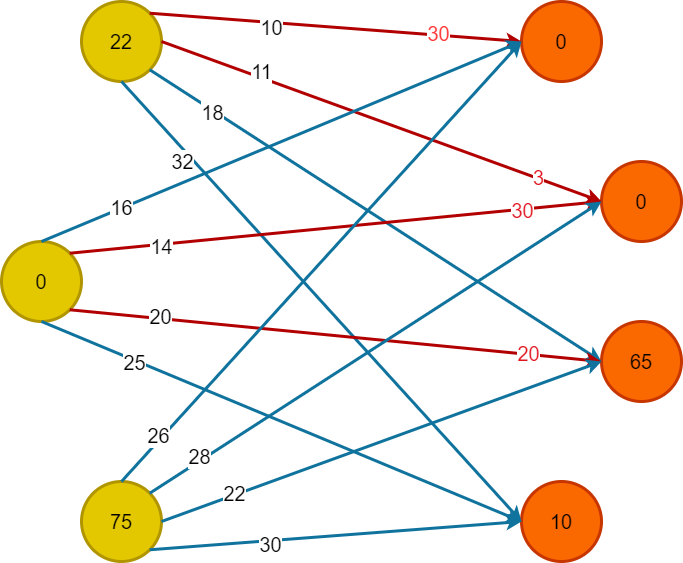
This is Диаграмма без названия.drawio.png from Che10vec/temp, a draw.io export, as it was before one commit. Source tidied: cells renumbered, new cells last; positions are measured from the earlier drawing's top-left corner, leaving out a move shared by most shapes. Source of this version:
```xml
<mxGraphModel>
  <root>
    <mxCell id="0" />
    <mxCell id="1" parent="0" />
    <mxCell id="2" value="22" style="ellipse;whiteSpace=wrap;html=1;fillColor=#e3c800;strokeColor=#B09500;strokeWidth=3;fontColor=#000000;fontSize=20;" parent="1" vertex="1">
      <mxGeometry x="80" width="80" height="80" as="geometry" />
    </mxCell>
    <mxCell id="3" value="0" style="ellipse;whiteSpace=wrap;html=1;strokeWidth=3;fillColor=#fa6800;strokeColor=#C73500;fontColor=#000000;fontSize=20;" parent="1" vertex="1">
      <mxGeometry x="520" width="80" height="80" as="geometry" />
    </mxCell>
    <mxCell id="4" value="0" style="ellipse;whiteSpace=wrap;html=1;fillColor=#e3c800;strokeColor=#B09500;strokeWidth=3;fontColor=#000000;fontSize=20;" parent="1" vertex="1">
      <mxGeometry y="240" width="80" height="80" as="geometry" />
    </mxCell>
    <mxCell id="5" value="0" style="ellipse;whiteSpace=wrap;html=1;strokeWidth=3;fillColor=#fa6800;strokeColor=#C73500;fontColor=#000000;fontSize=20;" parent="1" vertex="1">
      <mxGeometry x="600" y="160" width="80" height="80" as="geometry" />
    </mxCell>
    <mxCell id="6" value="65" style="ellipse;whiteSpace=wrap;html=1;strokeWidth=3;fillColor=#fa6800;strokeColor=#C73500;fontColor=#000000;fontSize=20;" parent="1" vertex="1">
      <mxGeometry x="600" y="320" width="80" height="80" as="geometry" />
    </mxCell>
    <mxCell id="7" value="75" style="ellipse;whiteSpace=wrap;html=1;fillColor=#e3c800;strokeColor=#B09500;strokeWidth=3;fontColor=#000000;fontSize=20;" parent="1" vertex="1">
      <mxGeometry x="80" y="480" width="80" height="80" as="geometry" />
    </mxCell>
    <mxCell id="8" value="10" style="ellipse;whiteSpace=wrap;html=1;strokeWidth=3;fillColor=#fa6800;strokeColor=#C73500;fontColor=#000000;fontSize=20;" parent="1" vertex="1">
      <mxGeometry x="520" y="480" width="80" height="80" as="geometry" />
    </mxCell>
    <mxCell id="9" style="endArrow=classic;html=1;rounded=0;exitX=1;exitY=0;exitDx=0;exitDy=0;entryX=0;entryY=0.5;entryDx=0;entryDy=0;strokeWidth=3;fillColor=#e51400;strokeColor=#B20000;fontSize=20;" parent="1" edge="1" source="2" target="3">
      <mxGeometry relative="1" as="geometry" />
    </mxCell>
    <mxCell id="10" value="10" style="edgeLabel;html=1;align=center;verticalAlign=middle;fontSize=20;" parent="9" vertex="1">
      <mxGeometry x="-0.12" y="-1" relative="1" as="geometry">
        <mxPoint x="-42" as="offset" />
      </mxGeometry>
    </mxCell>
    <mxCell id="11" value="30" style="edgeLabel;html=1;align=center;verticalAlign=middle;fontSize=20;fontColor=#FF3333;" parent="9" vertex="1">
      <mxGeometry x="0.55" y="2" relative="1" as="geometry" />
    </mxCell>
    <mxCell id="12" style="endArrow=classic;html=1;rounded=0;exitX=1;exitY=0.5;exitDx=0;exitDy=0;entryX=0;entryY=0.5;entryDx=0;entryDy=0;fillColor=#e51400;strokeColor=#B20000;strokeWidth=3;fontSize=20;" parent="1" edge="1" source="2" target="5">
      <mxGeometry relative="1" as="geometry" />
    </mxCell>
    <mxCell id="13" value="11" style="edgeLabel;html=1;align=center;verticalAlign=middle;fontSize=20;" parent="12" vertex="1">
      <mxGeometry x="-0.37" y="5" relative="1" as="geometry">
        <mxPoint x="-40" y="-16" as="offset" />
      </mxGeometry>
    </mxCell>
    <mxCell id="14" value="3" style="edgeLabel;html=1;align=center;verticalAlign=middle;fontSize=20;fontColor=#e1141e;" parent="12" vertex="1">
      <mxGeometry x="0.71" y="1" relative="1" as="geometry" />
    </mxCell>
    <mxCell id="15" style="endArrow=classic;html=1;rounded=0;exitX=0.5;exitY=1;exitDx=0;exitDy=0;entryX=0;entryY=0.5;entryDx=0;entryDy=0;fillColor=#b1ddf0;strokeColor=#10739e;strokeWidth=3;fontSize=20;" parent="1" edge="1" source="2" target="8">
      <mxGeometry relative="1" as="geometry" />
    </mxCell>
    <mxCell id="16" value="32" style="edgeLabel;html=1;align=center;verticalAlign=middle;fontSize=20;" parent="15" vertex="1">
      <mxGeometry x="-0.62" y="-2" relative="1" as="geometry">
        <mxPoint x="-14" y="-5" as="offset" />
      </mxGeometry>
    </mxCell>
    <mxCell id="17" style="endArrow=classic;html=1;rounded=0;exitX=1;exitY=1;exitDx=0;exitDy=0;entryX=0;entryY=0.5;entryDx=0;entryDy=0;fillColor=#b1ddf0;strokeColor=#10739e;strokeWidth=3;fontSize=20;" parent="1" edge="1" source="2" target="6">
      <mxGeometry relative="1" as="geometry" />
    </mxCell>
    <mxCell id="18" value="18" style="edgeLabel;html=1;align=center;verticalAlign=middle;fontSize=20;" parent="17" vertex="1">
      <mxGeometry x="-0.57" y="1" relative="1" as="geometry">
        <mxPoint x="-35" y="-19" as="offset" />
      </mxGeometry>
    </mxCell>
    <mxCell id="19" style="endArrow=classic;html=1;rounded=0;exitX=1;exitY=1;exitDx=0;exitDy=0;entryX=0;entryY=0.5;entryDx=0;entryDy=0;fillColor=#b1ddf0;strokeColor=#10739e;strokeWidth=3;fontSize=20;" parent="1" edge="1" source="7" target="8">
      <mxGeometry relative="1" as="geometry" />
    </mxCell>
    <mxCell id="20" value="30" style="edgeLabel;html=1;align=center;verticalAlign=middle;fontSize=20;" parent="19" vertex="1">
      <mxGeometry x="-0.36" y="-3" relative="1" as="geometry" />
    </mxCell>
    <mxCell id="21" style="endArrow=classic;html=1;rounded=0;exitX=0.5;exitY=1;exitDx=0;exitDy=0;entryX=0;entryY=0.5;entryDx=0;entryDy=0;fillColor=#b1ddf0;strokeColor=#10739e;strokeWidth=3;fontSize=20;" parent="1" edge="1" source="4" target="8">
      <mxGeometry relative="1" as="geometry" />
    </mxCell>
    <mxCell id="22" value="25" style="edgeLabel;html=1;align=center;verticalAlign=middle;fontSize=20;" parent="21" vertex="1">
      <mxGeometry x="-0.61" y="-1" relative="1" as="geometry">
        <mxPoint x="-1" as="offset" />
      </mxGeometry>
    </mxCell>
    <mxCell id="23" style="endArrow=classic;html=1;rounded=0;exitX=0.5;exitY=0;exitDx=0;exitDy=0;entryX=0;entryY=0.5;entryDx=0;entryDy=0;fillColor=#b1ddf0;strokeColor=#10739e;strokeWidth=3;fontSize=20;" parent="1" edge="1" source="4" target="3">
      <mxGeometry relative="1" as="geometry" />
    </mxCell>
    <mxCell id="24" value="16" style="edgeLabel;html=1;align=center;verticalAlign=middle;fontSize=20;" parent="23" vertex="1">
      <mxGeometry x="-0.67" relative="1" as="geometry">
        <mxPoint y="-1" as="offset" />
      </mxGeometry>
    </mxCell>
    <mxCell id="25" style="endArrow=classic;html=1;rounded=0;exitX=1;exitY=0;exitDx=0;exitDy=0;fillColor=#e51400;strokeColor=#B20000;strokeWidth=3;entryX=0;entryY=0.5;entryDx=0;entryDy=0;fontSize=20;" parent="1" edge="1" source="4" target="5">
      <mxGeometry relative="1" as="geometry" />
    </mxCell>
    <mxCell id="26" value="14" style="edgeLabel;html=1;align=center;verticalAlign=middle;fontSize=20;" parent="25" vertex="1">
      <mxGeometry x="-0.66" y="-2" relative="1" as="geometry" />
    </mxCell>
    <mxCell id="27" value="30" style="edgeLabel;html=1;align=center;verticalAlign=middle;fontSize=20;fontColor=#e1141e;" parent="25" vertex="1">
      <mxGeometry x="0.7" y="-1" relative="1" as="geometry" />
    </mxCell>
    <mxCell id="28" style="endArrow=classic;html=1;rounded=0;exitX=1;exitY=1;exitDx=0;exitDy=0;entryX=0;entryY=0.5;entryDx=0;entryDy=0;fillColor=#e51400;strokeColor=#B20000;strokeWidth=3;fontSize=20;" parent="1" edge="1" source="4" target="6">
      <mxGeometry relative="1" as="geometry" />
    </mxCell>
    <mxCell id="29" value="20" style="edgeLabel;html=1;align=center;verticalAlign=middle;fontSize=20;" parent="28" vertex="1">
      <mxGeometry x="-0.66" y="3" relative="1" as="geometry" />
    </mxCell>
    <mxCell id="30" value="20" style="edgeLabel;html=1;align=center;verticalAlign=middle;fontSize=20;fontColor=#e1141e;" parent="28" vertex="1">
      <mxGeometry x="0.72" y="1" relative="1" as="geometry" />
    </mxCell>
    <mxCell id="31" style="endArrow=classic;html=1;rounded=0;exitX=0.5;exitY=0;exitDx=0;exitDy=0;entryX=0;entryY=0.5;entryDx=0;entryDy=0;fillColor=#b1ddf0;strokeColor=#10739e;strokeWidth=3;fontSize=20;" parent="1" edge="1" source="7" target="3">
      <mxGeometry relative="1" as="geometry" />
    </mxCell>
    <mxCell id="32" value="26" style="edgeLabel;html=1;align=center;verticalAlign=middle;fontSize=20;" parent="31" vertex="1">
      <mxGeometry x="-0.8" y="4" relative="1" as="geometry" />
    </mxCell>
    <mxCell id="33" style="endArrow=classic;html=1;rounded=0;exitX=1;exitY=0;exitDx=0;exitDy=0;entryX=0;entryY=0.5;entryDx=0;entryDy=0;fillColor=#b1ddf0;strokeColor=#10739e;strokeWidth=3;fontSize=20;" parent="1" edge="1" source="7" target="5">
      <mxGeometry relative="1" as="geometry" />
    </mxCell>
    <mxCell id="34" value="28" style="edgeLabel;html=1;align=center;verticalAlign=middle;fontSize=20;" parent="33" vertex="1">
      <mxGeometry x="-0.77" y="5" relative="1" as="geometry">
        <mxPoint x="1" as="offset" />
      </mxGeometry>
    </mxCell>
    <mxCell id="35" style="endArrow=classic;html=1;rounded=0;exitX=1;exitY=0.5;exitDx=0;exitDy=0;entryX=0;entryY=0.5;entryDx=0;entryDy=0;fillColor=#b1ddf0;strokeColor=#10739e;strokeWidth=3;fontSize=20;" parent="1" edge="1" source="7" target="6">
      <mxGeometry relative="1" as="geometry" />
    </mxCell>
    <mxCell id="36" value="22" style="edgeLabel;html=1;align=center;verticalAlign=middle;fontSize=20;" parent="35" vertex="1">
      <mxGeometry x="-0.66" y="2" relative="1" as="geometry">
        <mxPoint x="-1" as="offset" />
      </mxGeometry>
    </mxCell>
  </root>
</mxGraphModel>
```
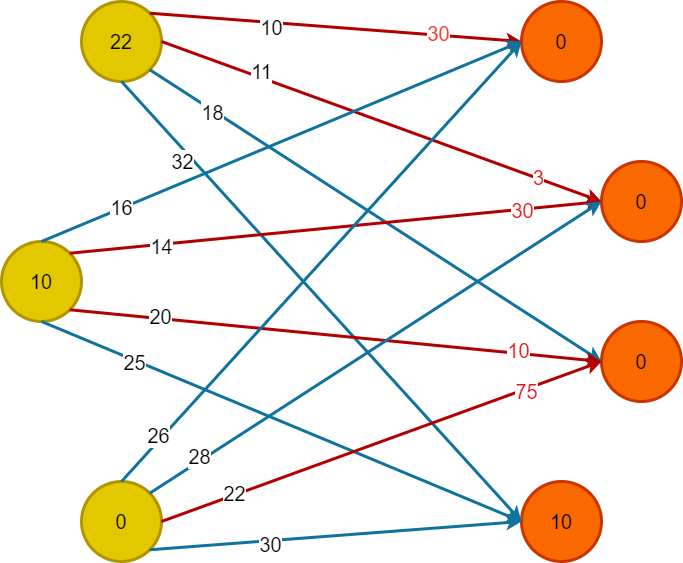
After the commit.

Change to the diagram source:
```diff
@@ -8,16 +8,16 @@
     <mxCell id="3" value="0" style="ellipse;whiteSpace=wrap;html=1;strokeWidth=3;fillColor=#fa6800;strokeColor=#C73500;fontColor=#000000;fontSize=20;" parent="1" vertex="1">
       <mxGeometry x="520" width="80" height="80" as="geometry" />
     </mxCell>
-    <mxCell id="4" value="0" style="ellipse;whiteSpace=wrap;html=1;fillColor=#e3c800;strokeColor=#B09500;strokeWidth=3;fontColor=#000000;fontSize=20;" parent="1" vertex="1">
+    <mxCell id="4" value="10" style="ellipse;whiteSpace=wrap;html=1;fillColor=#e3c800;strokeColor=#B09500;strokeWidth=3;fontColor=#000000;fontSize=20;" parent="1" vertex="1">
       <mxGeometry y="240" width="80" height="80" as="geometry" />
     </mxCell>
     <mxCell id="5" value="0" style="ellipse;whiteSpace=wrap;html=1;strokeWidth=3;fillColor=#fa6800;strokeColor=#C73500;fontColor=#000000;fontSize=20;" parent="1" vertex="1">
       <mxGeometry x="600" y="160" width="80" height="80" as="geometry" />
     </mxCell>
-    <mxCell id="6" value="65" style="ellipse;whiteSpace=wrap;html=1;strokeWidth=3;fillColor=#fa6800;strokeColor=#C73500;fontColor=#000000;fontSize=20;" parent="1" vertex="1">
+    <mxCell id="6" value="0" style="ellipse;whiteSpace=wrap;html=1;strokeWidth=3;fillColor=#fa6800;strokeColor=#C73500;fontColor=#000000;fontSize=20;" parent="1" vertex="1">
       <mxGeometry x="600" y="320" width="80" height="80" as="geometry" />
     </mxCell>
-    <mxCell id="7" value="75" style="ellipse;whiteSpace=wrap;html=1;fillColor=#e3c800;strokeColor=#B09500;strokeWidth=3;fontColor=#000000;fontSize=20;" parent="1" vertex="1">
+    <mxCell id="7" value="0" style="ellipse;whiteSpace=wrap;html=1;fillColor=#e3c800;strokeColor=#B09500;strokeWidth=3;fontColor=#000000;fontSize=20;" parent="1" vertex="1">
       <mxGeometry x="80" y="480" width="80" height="80" as="geometry" />
     </mxCell>
     <mxCell id="8" value="10" style="ellipse;whiteSpace=wrap;html=1;strokeWidth=3;fillColor=#fa6800;strokeColor=#C73500;fontColor=#000000;fontSize=20;" parent="1" vertex="1">
@@ -98,9 +98,9 @@
     <mxCell id="29" value="20" style="edgeLabel;html=1;align=center;verticalAlign=middle;fontSize=20;" parent="28" vertex="1">
       <mxGeometry x="-0.66" y="3" relative="1" as="geometry" />
     </mxCell>
-    <mxCell id="30" value="20" style="edgeLabel;html=1;align=center;verticalAlign=middle;fontSize=20;fontColor=#e1141e;" parent="28" vertex="1">
-      <mxGeometry x="0.72" y="1" relative="1" as="geometry" />
-    </mxCell>
+    <mxCell id="37" value="10" style="edgeLabel;html=1;align=center;verticalAlign=middle;fontSize=20;fontColor=#e1141e;" parent="28" vertex="1">
+      <mxGeometry x="0.68" y="3" relative="1" as="geometry" />
+    </mxCell>
     <mxCell id="31" style="endArrow=classic;html=1;rounded=0;exitX=0.5;exitY=0;exitDx=0;exitDy=0;entryX=0;entryY=0.5;entryDx=0;entryDy=0;fillColor=#b1ddf0;strokeColor=#10739e;strokeWidth=3;fontSize=20;" parent="1" edge="1" source="7" target="3">
       <mxGeometry relative="1" as="geometry" />
     </mxCell>
@@ -115,7 +115,7 @@
         <mxPoint x="1" as="offset" />
       </mxGeometry>
     </mxCell>
-    <mxCell id="35" style="endArrow=classic;html=1;rounded=0;exitX=1;exitY=0.5;exitDx=0;exitDy=0;entryX=0;entryY=0.5;entryDx=0;entryDy=0;fillColor=#b1ddf0;strokeColor=#10739e;strokeWidth=3;fontSize=20;" parent="1" edge="1" source="7" target="6">
+    <mxCell id="35" style="endArrow=classic;html=1;rounded=0;exitX=1;exitY=0.5;exitDx=0;exitDy=0;entryX=0;entryY=0.5;entryDx=0;entryDy=0;fillColor=#e51400;strokeColor=#B20000;strokeWidth=3;fontSize=20;" parent="1" edge="1" source="7" target="6">
       <mxGeometry relative="1" as="geometry" />
     </mxCell>
     <mxCell id="36" value="22" style="edgeLabel;html=1;align=center;verticalAlign=middle;fontSize=20;" parent="35" vertex="1">
@@ -123,5 +123,8 @@
         <mxPoint x="-1" as="offset" />
       </mxGeometry>
     </mxCell>
+    <mxCell id="38" value="75" style="edgeLabel;html=1;align=center;verticalAlign=middle;fontSize=20;fontColor=#e1141e;" parent="35" vertex="1">
+      <mxGeometry x="0.65" y="-2" relative="1" as="geometry" />
+    </mxCell>
   </root>
 </mxGraphModel>
```
